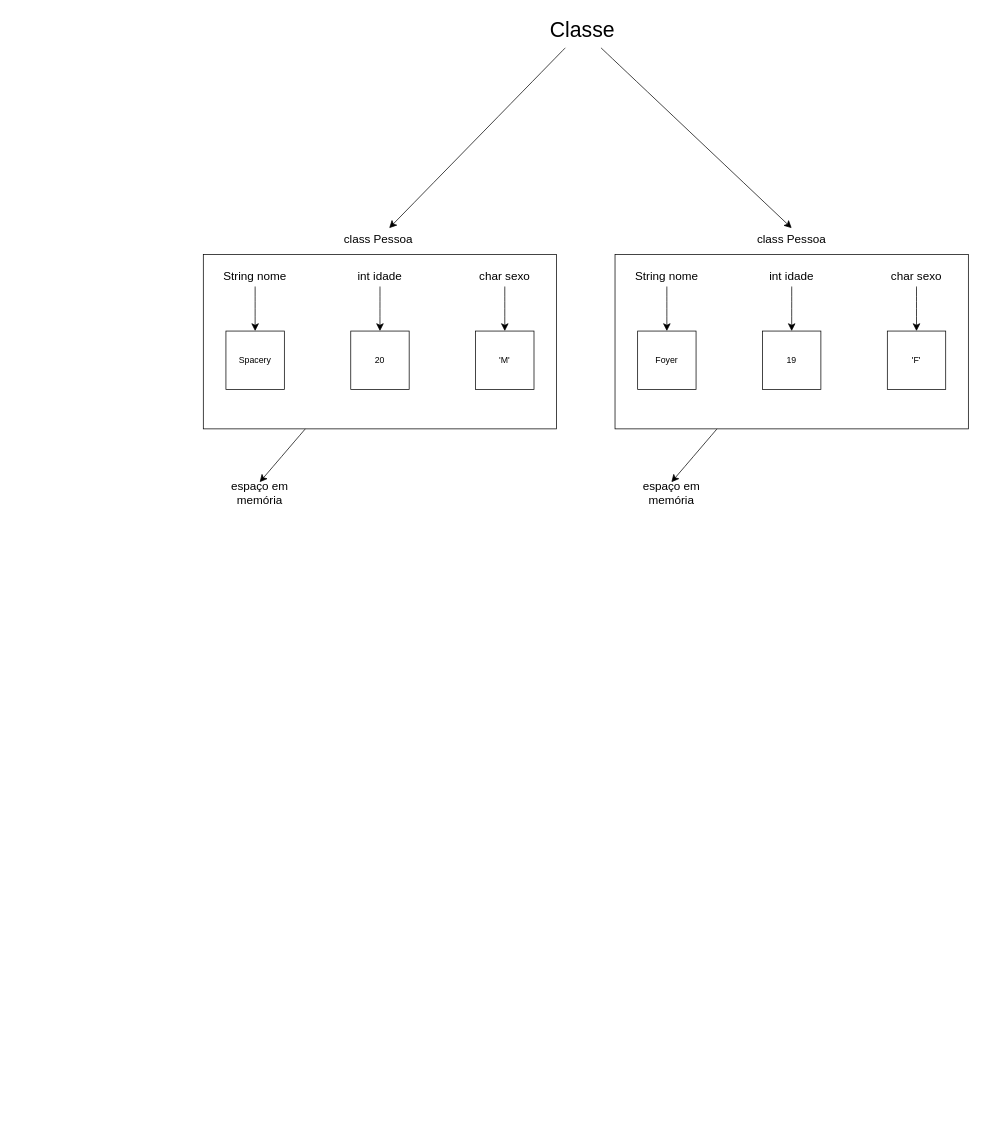
Earlier version of the draw.io diagram POO_classe.drawio (mateus-s-a/Aprendizado-Java). Source tidied: cells renumbered, new cells numbered last; positions are measured from the earlier drawing's top-left corner, leaving out a move shared by most shapes. Both pictures are drawn from the tidied source at 73%, with x=0, y=0 at pixel (203, 12).
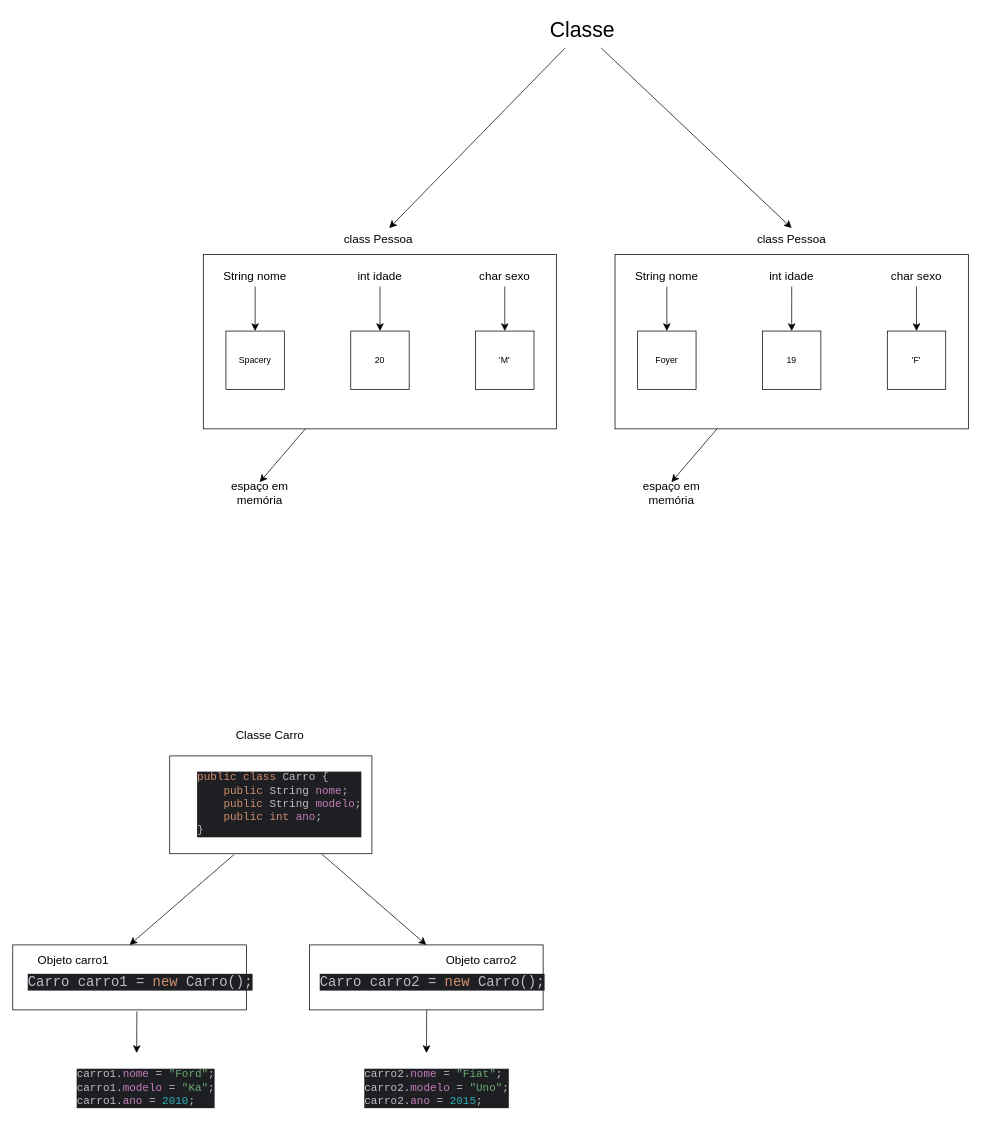
After the change.

The edit, as a diff of the source:
```diff
@@
+    <mxCell id="31" style="rounded=0;whiteSpace=wrap;html=1;" parent="1" vertex="1">
+      <mxGeometry x="-261" y="1276.9" width="320" height="89" as="geometry" />
+    </mxCell>
+    <mxCell id="32" style="rounded=0;whiteSpace=wrap;html=1;" parent="1" vertex="1">
+      <mxGeometry x="145.5" y="1276.9" width="320" height="89" as="geometry" />
+    </mxCell>
+    <mxCell id="33" style="rounded=0;whiteSpace=wrap;html=1;" parent="1" vertex="1">
+      <mxGeometry x="-46" y="1018" width="277" height="134" as="geometry" />
+    </mxCell>
@@
+    <mxCell id="34" style="edgeStyle=none;curved=1;rounded=0;jettySize=auto;html=1;fontSize=12;startSize=8;endSize=8;entryX=0.5;entryY=0;entryDx=0;entryDy=0;exitX=0.319;exitY=1.007;exitDx=0;exitDy=0;exitPerimeter=0;" parent="1" edge="1" source="33" target="31">
+      <mxGeometry relative="1" as="geometry" />
+    </mxCell>
+    <mxCell id="35" style="edgeStyle=none;curved=1;rounded=0;jettySize=auto;html=1;fontSize=12;startSize=8;endSize=8;entryX=0.5;entryY=0;entryDx=0;entryDy=0;exitX=0.75;exitY=1;exitDx=0;exitDy=0;" parent="1" edge="1" source="33" target="32">
+      <mxGeometry relative="1" as="geometry" />
+    </mxCell>
+    <mxCell id="36" value="&lt;div style=&quot;background-color:#1e1f22;color:#bcbec4&quot;&gt;&lt;pre style=&quot;font-family:'JetBrains Mono',monospace;font-size:9,8pt;&quot;&gt;&lt;span style=&quot;color:#cf8e6d;&quot;&gt;public class &lt;/span&gt;Carro {&lt;br&gt;    &lt;span style=&quot;color:#cf8e6d;&quot;&gt;public &lt;/span&gt;String &lt;span style=&quot;color:#c77dbb;&quot;&gt;nome&lt;/span&gt;;&lt;br&gt;    &lt;span style=&quot;color:#cf8e6d;&quot;&gt;public &lt;/span&gt;String &lt;span style=&quot;color:#c77dbb;&quot;&gt;modelo&lt;/span&gt;;&lt;br&gt;    &lt;span style=&quot;color:#cf8e6d;&quot;&gt;public int &lt;/span&gt;&lt;span style=&quot;color:#c77dbb;&quot;&gt;ano&lt;/span&gt;;&lt;br&gt;}&lt;/pre&gt;&lt;/div&gt;" style="text;whiteSpace=wrap;html=1;fontSize=15;" parent="1" vertex="1">
+      <mxGeometry x="-10" y="1018" width="224" height="119" as="geometry" />
+    </mxCell>
+    <mxCell id="37" value="Classe Carro" style="text;strokeColor=none;align=center;fillColor=none;html=1;verticalAlign=middle;whiteSpace=wrap;rounded=0;fontSize=16;" parent="1" vertex="1">
+      <mxGeometry x="23.1" y="976" width="136.8" height="27" as="geometry" />
+    </mxCell>
+    <mxCell id="38" style="edgeStyle=none;curved=1;rounded=0;jettySize=auto;html=1;fontSize=12;startSize=8;endSize=8;" parent="1" edge="1" target="42">
+      <mxGeometry relative="1" as="geometry">
+        <mxPoint x="-91" y="1368" as="sourcePoint" />
+      </mxGeometry>
+    </mxCell>
+    <mxCell id="39" value="&lt;div style=&quot;background-color:#1e1f22;color:#bcbec4&quot;&gt;&lt;pre style=&quot;font-family:'JetBrains Mono',monospace;font-size:9,8pt;&quot;&gt;Carro carro1 = &lt;span style=&quot;color:#cf8e6d;&quot;&gt;new &lt;/span&gt;Carro();&lt;/pre&gt;&lt;/div&gt;" style="text;whiteSpace=wrap;html=1;fontSize=19;" parent="1" vertex="1">
+      <mxGeometry x="-242" y="1291" width="297.6" height="60" as="geometry" />
+    </mxCell>
+    <mxCell id="40" style="edgeStyle=none;curved=1;rounded=0;jettySize=auto;html=1;fontSize=12;startSize=8;endSize=8;" parent="1" edge="1" target="43">
+      <mxGeometry relative="1" as="geometry">
+        <mxPoint x="306" y="1366" as="sourcePoint" />
+      </mxGeometry>
+    </mxCell>
+    <mxCell id="41" value="&lt;div style=&quot;background-color:#1e1f22;color:#bcbec4&quot;&gt;&lt;pre style=&quot;font-family:'JetBrains Mono',monospace;font-size:9,8pt;&quot;&gt;Carro carro2 = &lt;span style=&quot;color:#cf8e6d;&quot;&gt;new &lt;/span&gt;Carro();&lt;/pre&gt;&lt;/div&gt;" style="text;whiteSpace=wrap;html=1;fontSize=19;" parent="1" vertex="1">
+      <mxGeometry x="158" y="1291" width="295" height="60.8" as="geometry" />
+    </mxCell>
+    <mxCell id="42" value="&lt;div style=&quot;background-color:#1e1f22;color:#bcbec4&quot;&gt;&lt;pre style=&quot;font-family:'JetBrains Mono',monospace;font-size:9,8pt;&quot;&gt;carro1.&lt;span style=&quot;color:#c77dbb;&quot;&gt;nome &lt;/span&gt;= &lt;span style=&quot;color:#6aab73;&quot;&gt;&quot;Ford&quot;&lt;/span&gt;;&lt;br&gt;carro1.&lt;span style=&quot;color:#c77dbb;&quot;&gt;modelo &lt;/span&gt;= &lt;span style=&quot;color:#6aab73;&quot;&gt;&quot;Ka&quot;&lt;/span&gt;;&lt;br&gt;carro1.&lt;span style=&quot;color:#c77dbb;&quot;&gt;ano &lt;/span&gt;= &lt;span style=&quot;color:#2aacb8;&quot;&gt;2010&lt;/span&gt;;&lt;/pre&gt;&lt;/div&gt;" style="text;whiteSpace=wrap;html=1;fontSize=15;" parent="1" vertex="1">
+      <mxGeometry x="-175" y="1425" width="167" height="89" as="geometry" />
+    </mxCell>
+    <mxCell id="43" value="&lt;div style=&quot;background-color:#1e1f22;color:#bcbec4&quot;&gt;&lt;pre style=&quot;font-family:'JetBrains Mono',monospace;font-size:9,8pt;&quot;&gt;carro2.&lt;span style=&quot;color:#c77dbb;&quot;&gt;nome &lt;/span&gt;= &lt;span style=&quot;color:#6aab73;&quot;&gt;&quot;Fiat&quot;&lt;/span&gt;;&lt;br&gt;carro2.&lt;span style=&quot;color:#c77dbb;&quot;&gt;modelo &lt;/span&gt;= &lt;span style=&quot;color:#6aab73;&quot;&gt;&quot;Uno&quot;&lt;/span&gt;;&lt;br&gt;carro2.&lt;span style=&quot;color:#c77dbb;&quot;&gt;ano &lt;/span&gt;= &lt;span style=&quot;color:#2aacb8;&quot;&gt;2015&lt;/span&gt;;&lt;/pre&gt;&lt;/div&gt;" style="text;whiteSpace=wrap;html=1;fontSize=15;" parent="1" vertex="1">
+      <mxGeometry x="219" y="1425" width="173" height="89" as="geometry" />
+    </mxCell>
+    <mxCell id="44" value="&lt;div&gt;Objeto carro1&lt;/div&gt;" style="text;strokeColor=none;align=center;fillColor=none;html=1;verticalAlign=middle;whiteSpace=wrap;rounded=0;fontSize=16;" parent="1" vertex="1">
+      <mxGeometry x="-239" y="1283" width="122" height="30" as="geometry" />
+    </mxCell>
+    <mxCell id="45" value="&lt;div&gt;Objeto carro2&lt;/div&gt;" style="text;strokeColor=none;align=center;fillColor=none;html=1;verticalAlign=middle;whiteSpace=wrap;rounded=0;fontSize=16;" parent="1" vertex="1">
+      <mxGeometry x="320" y="1283" width="122" height="30" as="geometry" />
+    </mxCell>
```
